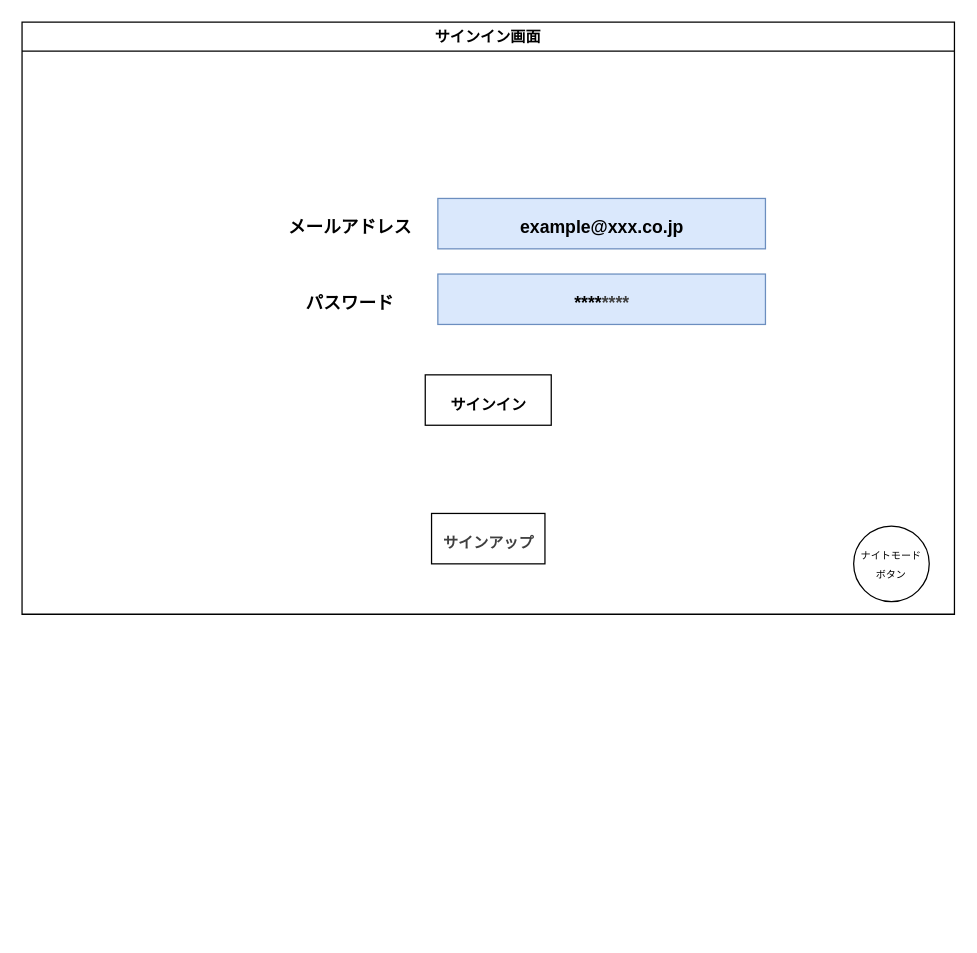
The draw.io diagram doc/02_基本設計/サインイン画面.drawio in kamiya-daiki/SpringBoot4-Portfolio, before the edit. Source tidied: cells renumbered, new cells numbered last; positions are measured from the earlier drawing's top-left corner, leaving out a move shared by most shapes. Both pictures are drawn from the tidied source at 126%, with x=0, y=0 at pixel (21, 21).
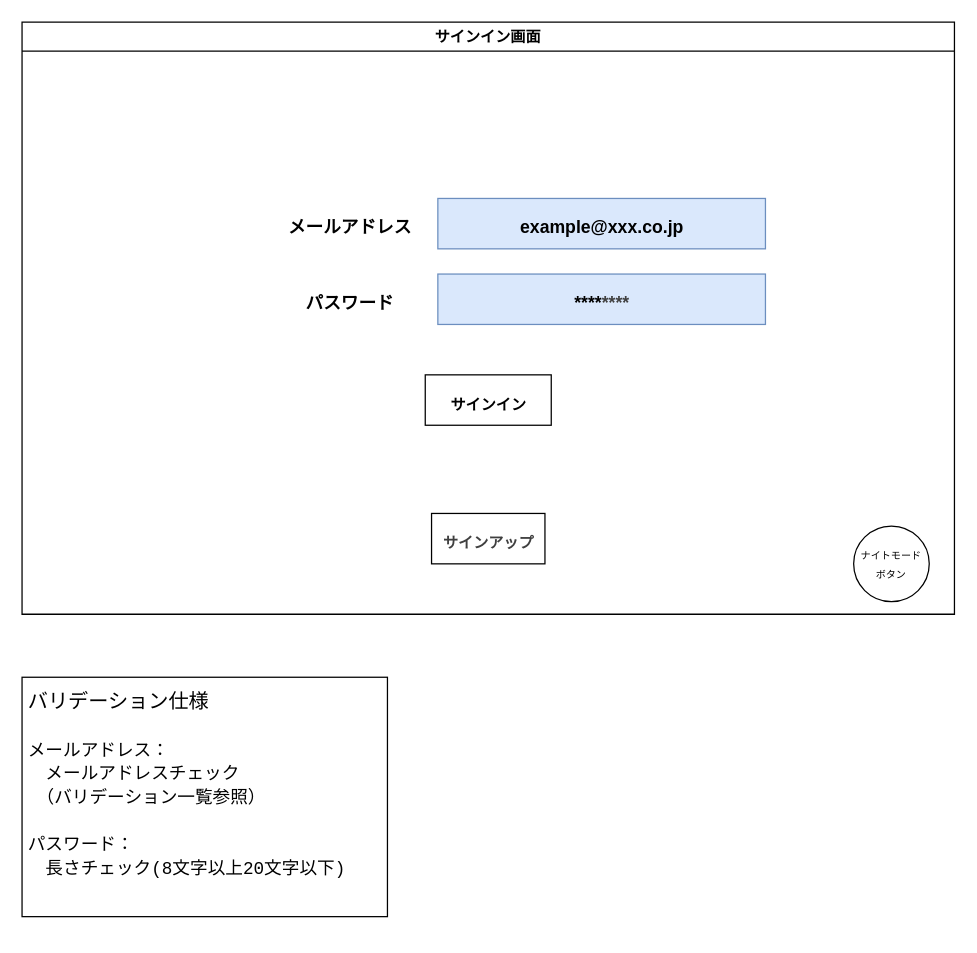
Above is the later version.

The edit, as a diff of the source:
```diff
@@
 <mxGraphModel>
   <root>
     <mxCell id="0" />
     <mxCell id="1" parent="0" />
     <mxCell id="2" value="サインイン画面" style="swimlane;whiteSpace=wrap;html=1;" parent="1" vertex="1">
       <mxGeometry width="740" height="470" as="geometry" />
     </mxCell>
     <mxCell id="3" value="&lt;span style=&quot;font-size: 12px; line-height: 100%;&quot;&gt;サインイン&lt;/span&gt;" style="text;html=1;fontSize=24;fontStyle=1;verticalAlign=middle;align=center;strokeColor=default;horizontal=1;labelPosition=center;verticalLabelPosition=middle;" parent="2" vertex="1">
       <mxGeometry x="320" y="280" width="100" height="40" as="geometry" />
     </mxCell>
     <mxCell id="4" value="&lt;span style=&quot;color: rgb(63, 63, 63); font-size: 12px;&quot;&gt;サインアップ&lt;/span&gt;" style="text;html=1;fontSize=24;fontStyle=1;verticalAlign=middle;align=center;strokeColor=default;" parent="2" vertex="1">
       <mxGeometry x="325" y="390" width="90" height="40" as="geometry" />
     </mxCell>
     <mxCell id="5" value="&lt;font style=&quot;font-size: 14px;&quot;&gt;メールアドレス&lt;/font&gt;" style="text;strokeColor=none;fillColor=none;html=1;fontSize=24;fontStyle=1;verticalAlign=middle;align=center;" parent="2" vertex="1">
       <mxGeometry x="210" y="140" width="100" height="40" as="geometry" />
     </mxCell>
     <mxCell id="6" value="&lt;font style=&quot;font-size: 14px;&quot;&gt;パスワード&lt;/font&gt;" style="text;strokeColor=none;fillColor=none;html=1;fontSize=24;fontStyle=1;verticalAlign=middle;align=center;" parent="2" vertex="1">
       <mxGeometry x="210" y="200" width="100" height="40" as="geometry" />
     </mxCell>
     <mxCell id="7" value="&lt;font style=&quot;font-size: 14px;&quot;&gt;example@xxx.co.jp&lt;/font&gt;" style="text;strokeColor=#6c8ebf;fillColor=#dae8fc;html=1;fontSize=24;fontStyle=1;verticalAlign=middle;align=center;" parent="2" vertex="1">
       <mxGeometry x="330" y="140" width="260" height="40" as="geometry" />
     </mxCell>
     <mxCell id="8" value="&lt;font style=&quot;font-size: 14px;&quot;&gt;****&lt;/font&gt;&lt;span style=&quot;color: rgb(63, 63, 63); font-size: 14px;&quot;&gt;****&lt;/span&gt;" style="text;strokeColor=#6c8ebf;fillColor=#dae8fc;html=1;fontSize=24;fontStyle=1;verticalAlign=middle;align=center;" parent="2" vertex="1">
       <mxGeometry x="330" y="200" width="260" height="40" as="geometry" />
     </mxCell>
     <mxCell id="9" value="&lt;font style=&quot;font-size: 8px;&quot;&gt;ナイトモード&lt;/font&gt;&lt;div&gt;&lt;font style=&quot;font-size: 8px;&quot;&gt;ボタン&lt;/font&gt;&lt;/div&gt;" style="ellipse;whiteSpace=wrap;html=1;" parent="2" vertex="1">
       <mxGeometry x="660" y="400" width="60" height="60" as="geometry" />
     </mxCell>
+    <mxCell id="10" value="&lt;font style=&quot;color: light-dark(rgb(0, 0, 0), rgb(255, 255, 255));&quot;&gt;バリデーション仕様&lt;/font&gt;&lt;div&gt;&lt;font style=&quot;color: light-dark(rgb(0, 0, 0), rgb(255, 255, 255));&quot;&gt;&lt;br&gt;&lt;/font&gt;&lt;/div&gt;&lt;div&gt;&lt;span style=&quot;font-size: 14px; text-wrap-mode: nowrap; color: rgb(192, 192, 192);&quot;&gt;&lt;font style=&quot;color: light-dark(rgb(0, 0, 0), rgb(255, 255, 255));&quot;&gt;メールアドレス：&lt;/font&gt;&lt;/span&gt;&lt;/div&gt;&lt;div&gt;&lt;div style=&quot;font-family: Consolas, &amp;quot;Courier New&amp;quot;, monospace; font-size: 14px; line-height: 19px; white-space: pre; color: rgb(204, 204, 204);&quot;&gt;&lt;span style=&quot;color: rgb(204, 204, 204);&quot;&gt;&lt;font style=&quot;color: light-dark(rgb(0, 0, 0), rgb(255, 255, 255));&quot;&gt;　メールアドレスチェック&lt;/font&gt;&lt;/span&gt;&lt;/div&gt;&lt;div style=&quot;font-family: Consolas, &amp;quot;Courier New&amp;quot;, monospace; font-size: 14px; line-height: 19px; white-space: pre; color: rgb(204, 204, 204);&quot;&gt;&lt;span style=&quot;color: rgb(204, 204, 204);&quot;&gt;&lt;font style=&quot;color: light-dark(rgb(0, 0, 0), rgb(255, 255, 255));&quot;&gt;　（バリデーション一覧参照）&lt;/font&gt;&lt;/span&gt;&lt;/div&gt;&lt;/div&gt;&lt;div style=&quot;font-family: Consolas, &amp;quot;Courier New&amp;quot;, monospace; font-size: 14px; line-height: 19px; white-space: pre; color: rgb(204, 204, 204);&quot;&gt;&lt;span style=&quot;color: rgb(204, 204, 204);&quot;&gt;&lt;font style=&quot;color: light-dark(rgb(0, 0, 0), rgb(255, 255, 255));&quot;&gt;&lt;br&gt;&lt;/font&gt;&lt;/span&gt;&lt;/div&gt;&lt;div style=&quot;font-family: Consolas, &amp;quot;Courier New&amp;quot;, monospace; font-size: 14px; line-height: 19px; white-space: pre; color: rgb(204, 204, 204);&quot;&gt;&lt;span style=&quot;color: rgb(204, 204, 204);&quot;&gt;&lt;font style=&quot;color: light-dark(rgb(0, 0, 0), rgb(255, 255, 255));&quot;&gt;パスワード：&lt;/font&gt;&lt;/span&gt;&lt;/div&gt;&lt;div style=&quot;font-family: Consolas, &amp;quot;Courier New&amp;quot;, monospace; font-size: 14px; line-height: 19px; white-space: pre; color: rgb(204, 204, 204);&quot;&gt;&lt;span style=&quot;color: rgb(204, 204, 204);&quot;&gt;&lt;font style=&quot;color: light-dark(rgb(0, 0, 0), rgb(255, 255, 255));&quot;&gt;　長さチェック(8文字以上20文字以下)&lt;/font&gt;&lt;/span&gt;&lt;/div&gt;&lt;div&gt;&lt;span style=&quot;font-size: 14px; text-wrap-mode: nowrap; color: rgb(192, 192, 192);&quot;&gt;&lt;font style=&quot;color: light-dark(rgb(0, 0, 0), rgb(255, 255, 255));&quot;&gt;&lt;br&gt;&lt;/font&gt;&lt;/span&gt;&lt;/div&gt;&lt;div&gt;&lt;div&gt;&lt;br&gt;&lt;/div&gt;&lt;/div&gt;" style="text;html=1;align=left;verticalAlign=top;whiteSpace=wrap;rounded=0;strokeColor=default;fontSize=16;fontStyle=0;spacing=5;" parent="1" vertex="1">
+      <mxGeometry y="520" width="290" height="190" as="geometry" />
+    </mxCell>
   </root>
 </mxGraphModel>
```
